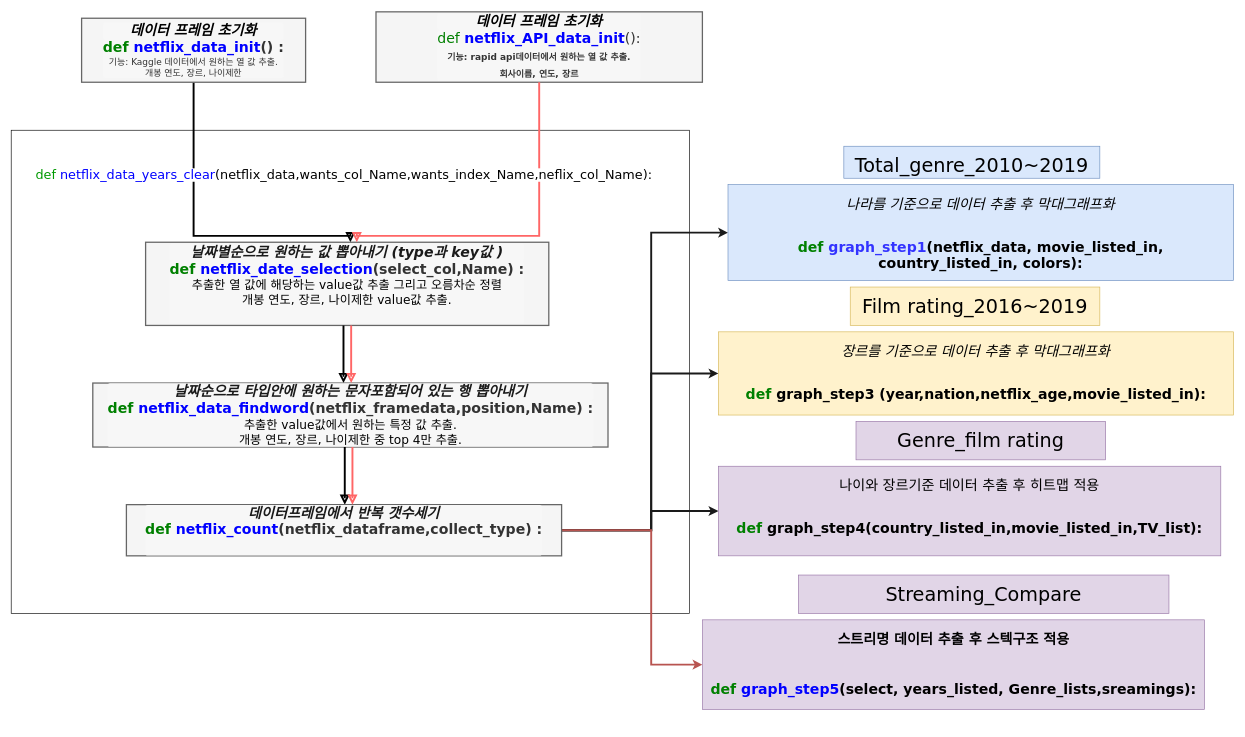
Above: netflix_mini_poject.drawio in kimsk920825/daily_commit (draw.io), before the change. Source tidied: cells renumbered, new cells numbered last; positions are measured from the earlier drawing's top-left corner, leaving out a move shared by most shapes. Both pictures are drawn from the tidied source at 64%, with x=0, y=0 at pixel (11, 12).
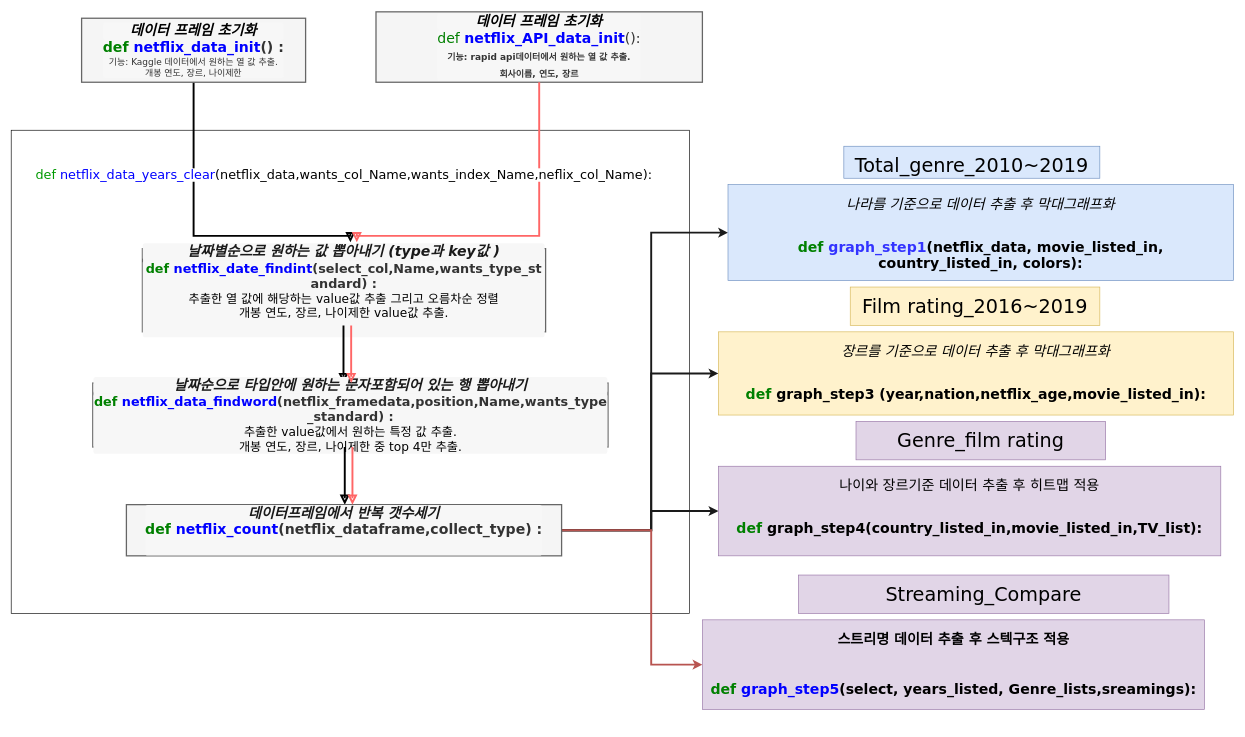
After the change.

Change to the diagram source:
```diff
@@
-    <mxCell id="6" value="&lt;div style=&quot;margin-top: 0px ; margin-bottom: 0px ; padding: 0px ; font-size: 22px ; border-radius: 4px ; line-height: inherit ; word-break: break-all ; overflow-wrap: break-word ; background-color: rgb(247 , 247 , 247) ; border: none&quot;&gt;&lt;font color=&quot;#1a1a1a&quot;&gt;&lt;span class=&quot;c1&quot; style=&quot;margin: 0px ; padding: 0px ; font-style: italic ; font-size: 22px&quot;&gt;날짜별순으로 원하는 값 뽑아내기 (type과 key값 )&lt;/span&gt;&lt;br style=&quot;font-size: 22px&quot;&gt;&lt;/font&gt;&lt;/div&gt;&lt;div style=&quot;margin-top: 0px ; margin-bottom: 0px ; padding: 0px ; font-size: 22px ; border-radius: 4px ; line-height: inherit ; word-break: break-all ; overflow-wrap: break-word ; background-color: rgb(247 , 247 , 247) ; border: none&quot;&gt;&lt;div style=&quot;margin-top: 0px ; margin-bottom: 0px ; padding: 0px ; border-radius: 4px ; line-height: inherit ; word-break: break-all ; overflow-wrap: break-word ; border: none ; font-size: 22px&quot;&gt;&lt;span class=&quot;k&quot; style=&quot;margin: 0px ; padding: 0px ; color: green ; font-size: 22px&quot;&gt;def&lt;/span&gt; &lt;span class=&quot;nf&quot; style=&quot;margin: 0px ; padding: 0px ; color: blue ; font-size: 22px&quot;&gt;netflix_date_selection&lt;/span&gt;&lt;span class=&quot;p&quot; style=&quot;margin: 0px ; padding: 0px ; font-size: 22px&quot;&gt;(&lt;/span&gt;&lt;span class=&quot;n&quot; style=&quot;margin: 0px ; padding: 0px ; font-size: 22px&quot;&gt;select_col&lt;/span&gt;&lt;span class=&quot;p&quot; style=&quot;margin: 0px ; padding: 0px ; font-size: 22px&quot;&gt;,&lt;/span&gt;&lt;span class=&quot;n&quot; style=&quot;margin: 0px ; padding: 0px ; font-size: 22px&quot;&gt;Name&lt;/span&gt;&lt;span class=&quot;p&quot; style=&quot;margin: 0px ; padding: 0px ; font-size: 22px&quot;&gt;)&lt;/span&gt; &lt;span class=&quot;p&quot; style=&quot;margin: 0px ; padding: 0px ; font-size: 22px&quot;&gt;:&lt;/span&gt;&lt;br style=&quot;font-size: 22px&quot;&gt;&lt;/div&gt;&lt;div style=&quot;margin-top: 0px ; margin-bottom: 0px ; padding: 0px ; border-radius: 4px ; line-height: inherit ; word-break: break-all ; overflow-wrap: break-word ; border: none ; font-size: 22px&quot;&gt;&lt;span class=&quot;p&quot; style=&quot;margin: 0px ; padding: 0px ; font-size: 19px&quot;&gt;&lt;font color=&quot;#000000&quot; style=&quot;font-size: 19px&quot;&gt;&lt;div style=&quot;font-weight: normal ; margin-top: 0px ; margin-bottom: 0px ; padding: 0px ; border-radius: 4px ; line-height: inherit ; word-break: break-all ; overflow-wrap: break-word ; border: none&quot;&gt;&lt;span class=&quot;p&quot; style=&quot;margin: 0px ; padding: 0px&quot;&gt;추출한 열 값에 해당하는 value값 추출 그리고 오름차순 정렬&lt;/span&gt;&lt;/div&gt;&lt;div style=&quot;font-weight: normal ; margin-top: 0px ; margin-bottom: 0px ; padding: 0px ; border-radius: 4px ; line-height: inherit ; word-break: break-all ; overflow-wrap: break-word ; border: none&quot;&gt;&lt;span class=&quot;p&quot; style=&quot;margin: 0px ; padding: 0px&quot;&gt;개봉 연도, 장르, 나이제한 value값 추출.&lt;/span&gt;&lt;/div&gt;&lt;/font&gt;&lt;/span&gt;&lt;/div&gt;&lt;div style=&quot;color: rgb(51 , 51 , 51) ; font-size: 22px&quot;&gt;&lt;span class=&quot;p&quot; style=&quot;margin: 0px ; padding: 0px ; font-size: 22px&quot;&gt;&lt;br style=&quot;font-size: 22px&quot;&gt;&lt;/span&gt;&lt;/div&gt;&lt;/div&gt;" style="rounded=1;whiteSpace=wrap;html=1;fontSize=22;glass=0;strokeWidth=2;shadow=0;arcSize=0&#10;;fillColor=#f5f5f5;strokeColor=#666666;fontColor=#333333;fontStyle=1;fontFamily=Verdana;" parent="1" vertex="1">
-      <mxGeometry x="210" y="360" width="630" height="130" as="geometry" />
+    <mxCell id="6" value="&lt;div style=&quot;margin-top: 0px ; margin-bottom: 0px ; padding: 0px ; font-size: 22px ; border-radius: 4px ; line-height: inherit ; word-break: break-all ; overflow-wrap: break-word ; background-color: rgb(247 , 247 , 247) ; border: none&quot;&gt;&lt;font color=&quot;#1a1a1a&quot;&gt;&lt;span class=&quot;c1&quot; style=&quot;margin: 0px ; padding: 0px ; font-style: italic ; font-size: 22px&quot;&gt;날짜별순으로 원하는 값 뽑아내기 (type과 key값 )&lt;/span&gt;&lt;br style=&quot;font-size: 22px&quot;&gt;&lt;/font&gt;&lt;/div&gt;&lt;div style=&quot;margin-top: 0px ; margin-bottom: 0px ; padding: 0px ; font-size: 20px ; border-radius: 4px ; line-height: inherit ; word-break: break-all ; overflow-wrap: break-word ; background-color: rgb(247 , 247 , 247) ; border: none&quot;&gt;&lt;div style=&quot;margin-top: 0px ; margin-bottom: 0px ; padding: 0px ; border-radius: 4px ; line-height: inherit ; word-break: break-all ; overflow-wrap: break-word ; border: none&quot;&gt;&lt;span class=&quot;k&quot; style=&quot;margin: 0px ; padding: 0px ; color: green&quot;&gt;def&lt;/span&gt; &lt;span class=&quot;nf&quot; style=&quot;margin: 0px ; padding: 0px ; color: blue&quot;&gt;netflix_date_findint&lt;/span&gt;&lt;span class=&quot;p&quot; style=&quot;margin: 0px ; padding: 0px&quot;&gt;(&lt;/span&gt;&lt;span class=&quot;n&quot; style=&quot;margin: 0px ; padding: 0px&quot;&gt;select_col&lt;/span&gt;&lt;span class=&quot;p&quot; style=&quot;margin: 0px ; padding: 0px&quot;&gt;,&lt;/span&gt;&lt;span class=&quot;n&quot; style=&quot;margin: 0px ; padding: 0px&quot;&gt;Name,wants_type_standard&lt;/span&gt;&lt;span class=&quot;p&quot; style=&quot;margin: 0px ; padding: 0px&quot;&gt;)&lt;/span&gt; &lt;span class=&quot;p&quot; style=&quot;margin: 0px ; padding: 0px&quot;&gt;:&lt;/span&gt;&lt;br style=&quot;font-size: 22px&quot;&gt;&lt;/div&gt;&lt;div style=&quot;margin-top: 0px ; margin-bottom: 0px ; padding: 0px ; border-radius: 4px ; line-height: inherit ; word-break: break-all ; overflow-wrap: break-word ; border: none ; font-size: 22px&quot;&gt;&lt;span class=&quot;p&quot; style=&quot;margin: 0px ; padding: 0px ; font-size: 19px&quot;&gt;&lt;font color=&quot;#000000&quot; style=&quot;font-size: 19px&quot;&gt;&lt;div style=&quot;font-weight: normal ; margin-top: 0px ; margin-bottom: 0px ; padding: 0px ; border-radius: 4px ; line-height: inherit ; word-break: break-all ; overflow-wrap: break-word ; border: none&quot;&gt;&lt;span class=&quot;p&quot; style=&quot;margin: 0px ; padding: 0px&quot;&gt;추출한 열 값에 해당하는 value값 추출 그리고 오름차순 정렬&lt;/span&gt;&lt;/div&gt;&lt;div style=&quot;font-weight: normal ; margin-top: 0px ; margin-bottom: 0px ; padding: 0px ; border-radius: 4px ; line-height: inherit ; word-break: break-all ; overflow-wrap: break-word ; border: none&quot;&gt;&lt;span class=&quot;p&quot; style=&quot;margin: 0px ; padding: 0px&quot;&gt;개봉 연도, 장르, 나이제한 value값 추출.&lt;/span&gt;&lt;/div&gt;&lt;/font&gt;&lt;/span&gt;&lt;/div&gt;&lt;div style=&quot;color: rgb(51 , 51 , 51) ; font-size: 22px&quot;&gt;&lt;span class=&quot;p&quot; style=&quot;margin: 0px ; padding: 0px ; font-size: 22px&quot;&gt;&lt;br style=&quot;font-size: 22px&quot;&gt;&lt;/span&gt;&lt;/div&gt;&lt;/div&gt;" style="rounded=1;whiteSpace=wrap;html=1;fontSize=22;glass=0;strokeWidth=2;shadow=0;arcSize=0&#10;;fillColor=#f5f5f5;strokeColor=#666666;fontColor=#333333;fontStyle=1;fontFamily=Verdana;" parent="1" vertex="1">
+      <mxGeometry x="205" y="370" width="630" height="130" as="geometry" />
     </mxCell>
@@
-    <mxCell id="8" value="&lt;div style=&quot;margin-top: 0px ; margin-bottom: 0px ; padding: 0px ; font-size: 22px ; border-radius: 4px ; line-height: inherit ; word-break: break-all ; overflow-wrap: break-word ; background-color: rgb(247 , 247 , 247) ; border: none&quot;&gt;&lt;span class=&quot;c1&quot; style=&quot;margin: 0px ; padding: 0px ; font-style: italic ; font-size: 22px&quot;&gt;&lt;font color=&quot;#1a1a1a&quot;&gt;날짜순으로 타입안에 원하는 문자포함되어 있는 행 뽑아내기&lt;/font&gt;&lt;/span&gt;&lt;br style=&quot;font-size: 22px&quot;&gt;&lt;/div&gt;&lt;div style=&quot;margin-top: 0px ; margin-bottom: 0px ; padding: 0px ; font-size: 22px ; border-radius: 4px ; line-height: inherit ; word-break: break-all ; overflow-wrap: break-word ; background-color: rgb(247 , 247 , 247) ; border: none&quot;&gt;&lt;div style=&quot;color: rgb(51 , 51 , 51) ; margin-top: 0px ; margin-bottom: 0px ; padding: 0px ; border-radius: 4px ; line-height: inherit ; word-break: break-all ; overflow-wrap: break-word ; border: none ; font-size: 22px&quot;&gt;&lt;span class=&quot;k&quot; style=&quot;margin: 0px ; padding: 0px ; color: green ; font-size: 22px&quot;&gt;def&lt;/span&gt; &lt;span class=&quot;nf&quot; style=&quot;margin: 0px ; padding: 0px ; color: blue ; font-size: 22px&quot;&gt;netflix_data_findword&lt;/span&gt;&lt;span class=&quot;p&quot; style=&quot;margin: 0px ; padding: 0px ; font-size: 22px&quot;&gt;(&lt;/span&gt;&lt;span class=&quot;n&quot; style=&quot;margin: 0px ; padding: 0px ; font-size: 22px&quot;&gt;netflix_framedata&lt;/span&gt;&lt;span class=&quot;p&quot; style=&quot;margin: 0px ; padding: 0px ; font-size: 22px&quot;&gt;,&lt;/span&gt;&lt;span class=&quot;n&quot; style=&quot;margin: 0px ; padding: 0px ; font-size: 22px&quot;&gt;position&lt;/span&gt;&lt;span class=&quot;p&quot; style=&quot;margin: 0px ; padding: 0px ; font-size: 22px&quot;&gt;,&lt;/span&gt;&lt;span class=&quot;n&quot; style=&quot;margin: 0px ; padding: 0px ; font-size: 22px&quot;&gt;Name&lt;/span&gt;&lt;span class=&quot;p&quot; style=&quot;margin: 0px ; padding: 0px ; font-size: 22px&quot;&gt;)&lt;/span&gt; &lt;span class=&quot;p&quot; style=&quot;margin: 0px ; padding: 0px ; font-size: 22px&quot;&gt;:&lt;/span&gt;&lt;br style=&quot;font-size: 22px&quot;&gt;&lt;/div&gt;&lt;div style=&quot;font-size: 22px&quot;&gt;&lt;span class=&quot;p&quot; style=&quot;margin: 0px ; padding: 0px ; font-size: 22px&quot;&gt;&lt;div style=&quot;font-weight: normal ; margin-top: 0px ; margin-bottom: 0px ; padding: 0px ; font-size: 19px ; border-radius: 4px ; line-height: inherit ; word-break: break-all ; overflow-wrap: break-word ; border: none&quot;&gt;&lt;font color=&quot;#000000&quot; style=&quot;font-size: 19px&quot;&gt;&lt;div style=&quot;margin-top: 0px ; margin-bottom: 0px ; padding: 0px ; border-radius: 4px ; line-height: inherit ; word-break: break-all ; overflow-wrap: break-word ; border: none&quot;&gt;추출한 value값에서 원하는 특정 값 추출. &lt;/div&gt;&lt;div style=&quot;margin-top: 0px ; margin-bottom: 0px ; padding: 0px ; border-radius: 4px ; line-height: inherit ; word-break: break-all ; overflow-wrap: break-word ; border: none&quot;&gt;개봉 연도, 장르, 나이제한 중 top 4만 추출. &lt;/div&gt;&lt;/font&gt;&lt;/div&gt;&lt;/span&gt;&lt;/div&gt;&lt;/div&gt;" style="rounded=1;whiteSpace=wrap;html=1;fontSize=22;glass=0;strokeWidth=2;shadow=0;arcSize=0;fillColor=#f5f5f5;strokeColor=#666666;fontColor=#333333;fontStyle=1;fontFamily=Verdana;" parent="1" vertex="1">
+    <mxCell id="8" value="&lt;div style=&quot;margin-top: 0px ; margin-bottom: 0px ; padding: 0px ; font-size: 22px ; border-radius: 4px ; line-height: inherit ; word-break: break-all ; overflow-wrap: break-word ; background-color: rgb(247 , 247 , 247) ; border: none&quot;&gt;&lt;span class=&quot;c1&quot; style=&quot;margin: 0px ; padding: 0px ; font-style: italic ; font-size: 22px&quot;&gt;&lt;font color=&quot;#1a1a1a&quot;&gt;날짜순으로 타입안에 원하는 문자포함되어 있는 행 뽑아내기&lt;/font&gt;&lt;/span&gt;&lt;br style=&quot;font-size: 22px&quot;&gt;&lt;/div&gt;&lt;div style=&quot;margin-top: 0px ; margin-bottom: 0px ; padding: 0px ; font-size: 20px ; border-radius: 4px ; line-height: inherit ; word-break: break-all ; overflow-wrap: break-word ; background-color: rgb(247 , 247 , 247) ; border: none&quot;&gt;&lt;div style=&quot;color: rgb(51 , 51 , 51) ; margin-top: 0px ; margin-bottom: 0px ; padding: 0px ; border-radius: 4px ; line-height: inherit ; word-break: break-all ; overflow-wrap: break-word ; border: none&quot;&gt;&lt;span class=&quot;k&quot; style=&quot;margin: 0px ; padding: 0px ; color: green&quot;&gt;def&lt;/span&gt; &lt;span class=&quot;nf&quot; style=&quot;margin: 0px ; padding: 0px ; color: blue&quot;&gt;netflix_data_findword&lt;/span&gt;&lt;span class=&quot;p&quot; style=&quot;margin: 0px ; padding: 0px&quot;&gt;(&lt;/span&gt;&lt;span class=&quot;n&quot; style=&quot;margin: 0px ; padding: 0px&quot;&gt;netflix_framedata&lt;/span&gt;&lt;span class=&quot;p&quot; style=&quot;margin: 0px ; padding: 0px&quot;&gt;,&lt;/span&gt;&lt;span class=&quot;n&quot; style=&quot;margin: 0px ; padding: 0px&quot;&gt;position&lt;/span&gt;&lt;span class=&quot;p&quot; style=&quot;margin: 0px ; padding: 0px&quot;&gt;,&lt;/span&gt;&lt;span class=&quot;n&quot; style=&quot;margin: 0px ; padding: 0px&quot;&gt;Name,wants_type_standard&lt;/span&gt;&lt;span class=&quot;p&quot; style=&quot;margin: 0px ; padding: 0px&quot;&gt;)&lt;/span&gt; &lt;span class=&quot;p&quot; style=&quot;margin: 0px ; padding: 0px&quot;&gt;:&lt;/span&gt;&lt;br style=&quot;font-size: 22px&quot;&gt;&lt;/div&gt;&lt;div style=&quot;font-size: 22px&quot;&gt;&lt;span class=&quot;p&quot; style=&quot;margin: 0px ; padding: 0px ; font-size: 22px&quot;&gt;&lt;div style=&quot;font-weight: normal ; margin-top: 0px ; margin-bottom: 0px ; padding: 0px ; font-size: 19px ; border-radius: 4px ; line-height: inherit ; word-break: break-all ; overflow-wrap: break-word ; border: none&quot;&gt;&lt;font color=&quot;#000000&quot; style=&quot;font-size: 19px&quot;&gt;&lt;div style=&quot;margin-top: 0px ; margin-bottom: 0px ; padding: 0px ; border-radius: 4px ; line-height: inherit ; word-break: break-all ; overflow-wrap: break-word ; border: none&quot;&gt;추출한 value값에서 원하는 특정 값 추출. &lt;/div&gt;&lt;div style=&quot;margin-top: 0px ; margin-bottom: 0px ; padding: 0px ; border-radius: 4px ; line-height: inherit ; word-break: break-all ; overflow-wrap: break-word ; border: none&quot;&gt;개봉 연도, 장르, 나이제한 중 top 4만 추출. &lt;/div&gt;&lt;/font&gt;&lt;/div&gt;&lt;/span&gt;&lt;/div&gt;&lt;/div&gt;" style="rounded=1;whiteSpace=wrap;html=1;fontSize=22;glass=0;strokeWidth=2;shadow=0;arcSize=0;fillColor=#f5f5f5;strokeColor=#666666;fontColor=#333333;fontStyle=1;fontFamily=Verdana;" parent="1" vertex="1">
       <mxGeometry x="127.5" y="580" width="805" height="100" as="geometry" />
     </mxCell>
```
